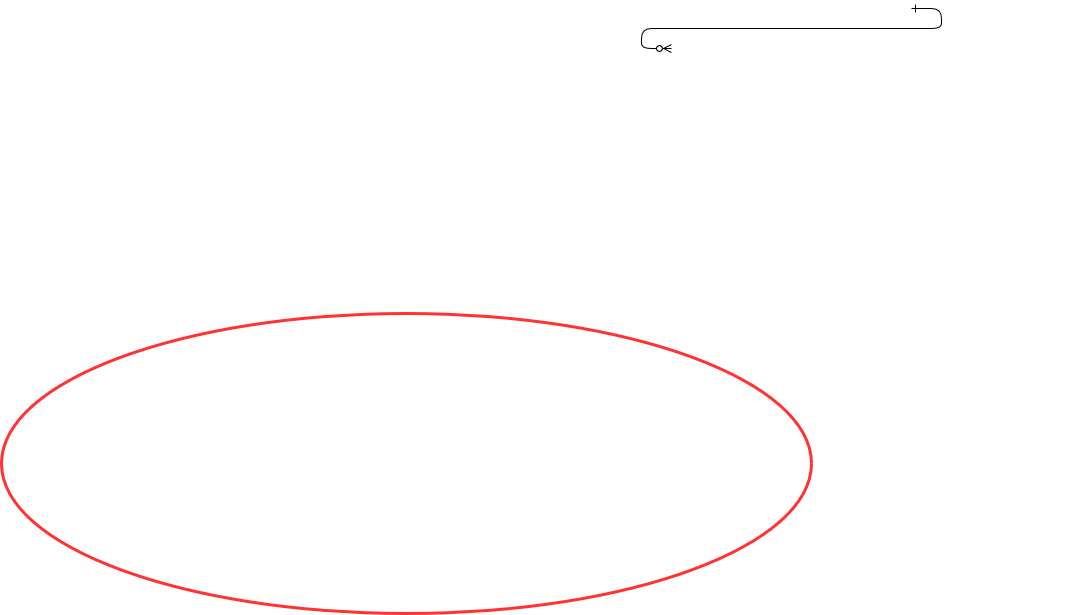
Above: Untitled Diagram.drawio.png in Collinpalm/drawings (draw.io), before the change. Source tidied: cells renumbered, new cells last; positions are measured from the earlier drawing's top-left corner, leaving out a move shared by most shapes. Source of this version:
```xml
<mxGraphModel background="#000000">
  <root>
    <mxCell id="0" />
    <mxCell id="1" parent="0" />
    <mxCell id="2" style="edgeStyle=entityRelationEdgeStyle;endArrow=ERzeroToMany;startArrow=ERone;endFill=1;startFill=0;" parent="1" edge="1">
      <mxGeometry relative="1" as="geometry">
        <mxPoint x="910" as="sourcePoint" />
        <mxPoint x="670" y="40" as="targetPoint" />
      </mxGeometry>
    </mxCell>
    <mxCell id="3" style="edgeStyle=orthogonalEdgeStyle;rounded=0;jettySize=auto;html=1;exitX=0.5;exitY=1;exitDx=0;exitDy=0;entryX=0.5;entryY=0;entryDx=0;entryDy=0;fontColor=#FFFFFF;strokeColor=#FFFFFF;strokeWidth=3;" parent="1" edge="1" source="5" target="23">
      <mxGeometry relative="1" as="geometry" />
    </mxCell>
    <mxCell id="4" style="edgeStyle=orthogonalEdgeStyle;rounded=0;jettySize=auto;html=1;entryX=0.5;entryY=0;entryDx=0;entryDy=0;fontColor=#FFFFFF;strokeColor=#FFFFFF;strokeWidth=3;exitX=0.5;exitY=1;exitDx=0;exitDy=0;" parent="1" edge="1" source="5" target="20">
      <mxGeometry relative="1" as="geometry" />
    </mxCell>
    <mxCell id="5" value="XR Device security policy" style="ellipse;whiteSpace=wrap;html=1;fontColor=#FFFFFF;strokeColor=#FFFFFF;strokeWidth=3;shadow=0;fillOpacity=0;" parent="1" vertex="1">
      <mxGeometry x="590" y="95" width="180" height="60" as="geometry" />
    </mxCell>
    <mxCell id="6" style="edgeStyle=orthogonalEdgeStyle;rounded=0;jettySize=auto;html=1;exitX=0.5;exitY=1;exitDx=0;exitDy=0;entryX=0.5;entryY=0;entryDx=0;entryDy=0;fontColor=#FFFFFF;strokeColor=#FFFFFF;strokeWidth=3;shadow=0;fillOpacity=0;" parent="1" edge="1" source="7" target="9">
      <mxGeometry relative="1" as="geometry" />
    </mxCell>
    <mxCell id="7" value="Hardware Security" style="ellipse;whiteSpace=wrap;html=1;fontColor=#FFFFFF;strokeColor=#FFFFFF;strokeWidth=3;shadow=0;fillOpacity=0;" parent="1" vertex="1">
      <mxGeometry x="160" y="345" width="120" height="30" as="geometry" />
    </mxCell>
    <mxCell id="8" value="Chip Vulnerabilities" style="ellipse;whiteSpace=wrap;html=1;fontColor=#FFFFFF;strokeColor=#FFFFFF;strokeWidth=3;shadow=0;fillOpacity=0;" parent="1" vertex="1">
      <mxGeometry x="40" y="447.5" width="120" height="30" as="geometry" />
    </mxCell>
    <mxCell id="9" value="Supply Chain Security" style="ellipse;whiteSpace=wrap;html=1;fontColor=#FFFFFF;strokeColor=#FFFFFF;strokeWidth=3;shadow=0;fillOpacity=0;" parent="1" vertex="1">
      <mxGeometry x="155" y="495" width="130" height="35" as="geometry" />
    </mxCell>
    <mxCell id="10" value="EM Communication" style="ellipse;whiteSpace=wrap;html=1;fontColor=#FFFFFF;strokeColor=#FFFFFF;strokeWidth=3;shadow=0;fillOpacity=0;" parent="1" vertex="1">
      <mxGeometry x="290" y="447.5" width="120" height="35" as="geometry" />
    </mxCell>
    <mxCell id="11" value="Software Vulnerabilites" style="ellipse;whiteSpace=wrap;html=1;fontColor=#FFFFFF;strokeColor=#FFFFFF;strokeWidth=3;shadow=0;fillOpacity=0;" parent="1" vertex="1">
      <mxGeometry x="610" y="447.5" width="150" height="37.5" as="geometry" />
    </mxCell>
    <mxCell id="12" value="Data Transmitted" style="ellipse;whiteSpace=wrap;html=1;fontColor=#FFFFFF;strokeColor=#FFFFFF;strokeWidth=3;shadow=0;fillOpacity=0;" parent="1" vertex="1">
      <mxGeometry x="450" y="447.5" width="120" height="32.5" as="geometry" />
    </mxCell>
    <mxCell id="13" style="edgeStyle=orthogonalEdgeStyle;rounded=0;jettySize=auto;html=1;exitX=0.5;exitY=1;exitDx=0;exitDy=0;entryX=0.5;entryY=0;entryDx=0;entryDy=0;fontColor=#FFFFFF;strokeColor=#FFFFFF;strokeWidth=3;shadow=0;fillOpacity=0;" parent="1" edge="1" source="14" target="12">
      <mxGeometry relative="1" as="geometry">
        <Array as="points">
          <mxPoint x="600" y="405" />
          <mxPoint x="510" y="405" />
        </Array>
      </mxGeometry>
    </mxCell>
    <mxCell id="14" value="Software Security" style="ellipse;whiteSpace=wrap;html=1;fontColor=#FFFFFF;strokeColor=#FFFFFF;strokeWidth=3;shadow=0;fillOpacity=0;" parent="1" vertex="1">
      <mxGeometry x="540" y="345" width="120" height="30" as="geometry" />
    </mxCell>
    <mxCell id="15" style="edgeStyle=orthogonalEdgeStyle;rounded=0;jettySize=auto;html=1;entryX=0.5;entryY=0;entryDx=0;entryDy=0;fontColor=#FFFFFF;strokeColor=#FFFFFF;strokeWidth=3;shadow=0;fillOpacity=0;" parent="1" edge="1" target="11">
      <mxGeometry relative="1" as="geometry">
        <mxPoint x="600" y="375" as="sourcePoint" />
        <Array as="points">
          <mxPoint x="600" y="405" />
          <mxPoint x="685" y="405" />
        </Array>
      </mxGeometry>
    </mxCell>
    <mxCell id="16" style="edgeStyle=orthogonalEdgeStyle;rounded=0;jettySize=auto;html=1;entryX=0.5;entryY=0;entryDx=0;entryDy=0;fontColor=#FFFFFF;strokeColor=#FFFFFF;strokeWidth=3;shadow=0;fillOpacity=0;" parent="1" edge="1" target="10">
      <mxGeometry relative="1" as="geometry">
        <mxPoint x="220" y="375" as="sourcePoint" />
        <Array as="points">
          <mxPoint x="220" y="435" />
          <mxPoint x="350" y="435" />
        </Array>
      </mxGeometry>
    </mxCell>
    <mxCell id="17" style="edgeStyle=orthogonalEdgeStyle;rounded=0;jettySize=auto;html=1;exitX=0.5;exitY=1;exitDx=0;exitDy=0;entryX=0.5;entryY=0;entryDx=0;entryDy=0;fontColor=#FFFFFF;strokeColor=#FFFFFF;strokeWidth=3;shadow=0;fillOpacity=0;" parent="1" edge="1" source="7" target="8">
      <mxGeometry relative="1" as="geometry">
        <Array as="points">
          <mxPoint x="220" y="435" />
          <mxPoint x="100" y="435" />
        </Array>
      </mxGeometry>
    </mxCell>
    <mxCell id="18" style="edgeStyle=orthogonalEdgeStyle;rounded=0;jettySize=auto;html=1;exitX=0.5;exitY=1;exitDx=0;exitDy=0;entryX=0.5;entryY=0;entryDx=0;entryDy=0;fontColor=#FFFFFF;strokeColor=#FFFFFF;strokeWidth=3;" parent="1" edge="1" source="20" target="7">
      <mxGeometry relative="1" as="geometry">
        <Array as="points">
          <mxPoint x="425" y="295" />
          <mxPoint x="220" y="295" />
        </Array>
      </mxGeometry>
    </mxCell>
    <mxCell id="19" style="edgeStyle=orthogonalEdgeStyle;rounded=0;jettySize=auto;html=1;exitX=0.5;exitY=1;exitDx=0;exitDy=0;entryX=0.5;entryY=0;entryDx=0;entryDy=0;fontColor=#FFFFFF;strokeColor=#FFFFFF;strokeWidth=3;" parent="1" edge="1" source="20" target="14">
      <mxGeometry relative="1" as="geometry">
        <Array as="points">
          <mxPoint x="425" y="295" />
          <mxPoint x="600" y="295" />
        </Array>
      </mxGeometry>
    </mxCell>
    <mxCell id="20" value="&lt;font color=&quot;#FFFFFF&quot;&gt;Device Whitelist&lt;br&gt;&lt;/font&gt;" style="ellipse;whiteSpace=wrap;html=1;gradientColor=none;fillColor=none;strokeWidth=3;strokeColor=#FFFFFF;" parent="1" vertex="1">
      <mxGeometry x="360" y="215" width="130" height="47.5" as="geometry" />
    </mxCell>
    <mxCell id="21" style="edgeStyle=orthogonalEdgeStyle;rounded=0;jettySize=auto;html=1;exitX=0.5;exitY=1;exitDx=0;exitDy=0;fontColor=#FFFFFF;strokeColor=#FFFFFF;strokeWidth=3;" parent="1" edge="1" source="23" target="24">
      <mxGeometry relative="1" as="geometry" />
    </mxCell>
    <mxCell id="22" style="edgeStyle=orthogonalEdgeStyle;rounded=0;jettySize=auto;html=1;exitX=0.5;exitY=1;exitDx=0;exitDy=0;entryX=0.5;entryY=0;entryDx=0;entryDy=0;fontColor=#FFFFFF;strokeColor=#FFFFFF;strokeWidth=3;" parent="1" edge="1" source="23" target="25">
      <mxGeometry relative="1" as="geometry" />
    </mxCell>
    <mxCell id="23" value="Adaptable Segmented policy" style="ellipse;whiteSpace=wrap;html=1;fontColor=#FFFFFF;strokeColor=#FFFFFF;strokeWidth=3;fillColor=none;gradientColor=none;" parent="1" vertex="1">
      <mxGeometry x="820" y="215" width="200" height="50" as="geometry" />
    </mxCell>
    <mxCell id="24" value="&quot;Dumb&quot; XR devices" style="ellipse;whiteSpace=wrap;html=1;fontColor=#FFFFFF;strokeColor=#FFFFFF;strokeWidth=3;fillColor=none;gradientColor=none;" parent="1" vertex="1">
      <mxGeometry x="770" y="325" width="120" height="40" as="geometry" />
    </mxCell>
    <mxCell id="25" value="&quot;Smart:&quot; XR devices" style="ellipse;whiteSpace=wrap;html=1;fontColor=#FFFFFF;strokeColor=#FFFFFF;strokeWidth=3;fillColor=none;gradientColor=none;" parent="1" vertex="1">
      <mxGeometry x="950" y="325" width="120" height="50" as="geometry" />
    </mxCell>
    <mxCell id="26" style="ellipse;whiteSpace=wrap;html=1;fontColor=#FFFFFF;strokeColor=#FF3333;strokeWidth=3;fillColor=none;gradientColor=none;" parent="1" vertex="1">
      <mxGeometry y="305" width="810" height="300" as="geometry" />
    </mxCell>
    <mxCell id="27" value="Software Vulnerabilites" style="ellipse;whiteSpace=wrap;html=1;fontColor=#FFFFFF;strokeColor=#FFFFFF;strokeWidth=3;shadow=0;fillOpacity=0;" parent="1" vertex="1">
      <mxGeometry x="610" y="447.5" width="150" height="37.5" as="geometry" />
    </mxCell>
    <mxCell id="28" value="Data Transmitted" style="ellipse;whiteSpace=wrap;html=1;fontColor=#FFFFFF;strokeColor=#FFFFFF;strokeWidth=3;shadow=0;fillOpacity=0;" parent="1" vertex="1">
      <mxGeometry x="450" y="447.5" width="120" height="32.5" as="geometry" />
    </mxCell>
    <mxCell id="29" value="Software Security" style="ellipse;whiteSpace=wrap;html=1;fontColor=#FFFFFF;strokeColor=#FFFFFF;strokeWidth=3;shadow=0;fillOpacity=0;" parent="1" vertex="1">
      <mxGeometry x="540" y="345" width="120" height="30" as="geometry" />
    </mxCell>
    <mxCell id="30" value="EM Communication" style="ellipse;whiteSpace=wrap;html=1;fontColor=#FFFFFF;strokeColor=#FFFFFF;strokeWidth=3;shadow=0;fillOpacity=0;" parent="1" vertex="1">
      <mxGeometry x="290" y="447.5" width="120" height="35" as="geometry" />
    </mxCell>
  </root>
</mxGraphModel>
```
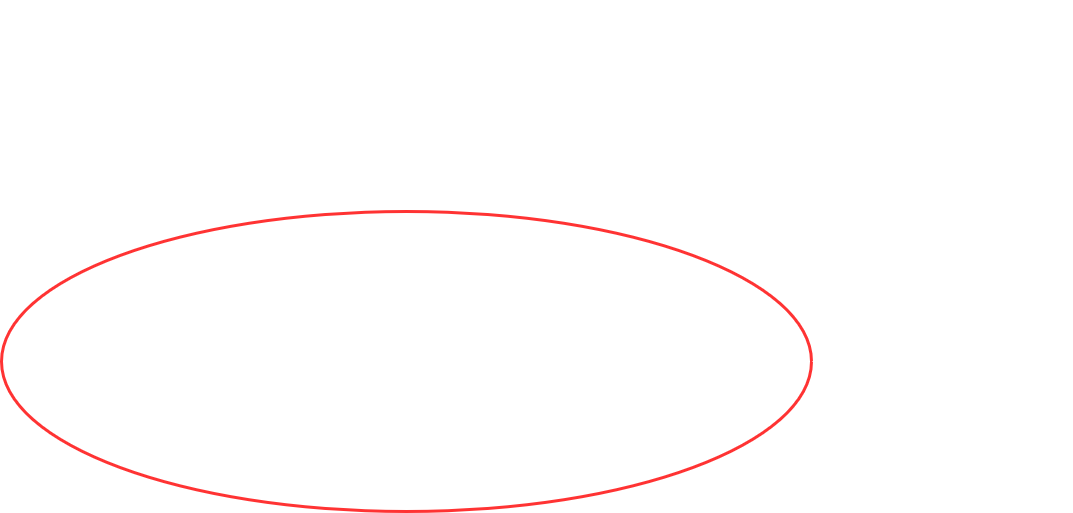
The same diagram one commit later.

The edit, as a diff of the source:
```diff
@@ -2,12 +2,6 @@
   <root>
     <mxCell id="0" />
     <mxCell id="1" parent="0" />
-    <mxCell id="2" style="edgeStyle=entityRelationEdgeStyle;endArrow=ERzeroToMany;startArrow=ERone;endFill=1;startFill=0;" parent="1" edge="1">
-      <mxGeometry relative="1" as="geometry">
-        <mxPoint x="910" as="sourcePoint" />
-        <mxPoint x="670" y="40" as="targetPoint" />
-      </mxGeometry>
-    </mxCell>
     <mxCell id="3" style="edgeStyle=orthogonalEdgeStyle;rounded=0;jettySize=auto;html=1;exitX=0.5;exitY=1;exitDx=0;exitDy=0;entryX=0.5;entryY=0;entryDx=0;entryDy=0;fontColor=#FFFFFF;strokeColor=#FFFFFF;strokeWidth=3;" parent="1" edge="1" source="5" target="23">
       <mxGeometry relative="1" as="geometry" />
     </mxCell>
```
